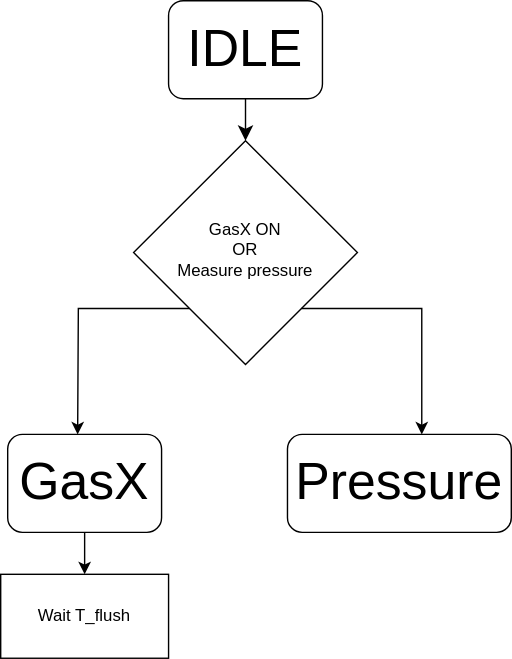
The draw.io diagram Untitled Diagram.drawio.svg in lampnis/vi-things, before a commit. Source tidied: cells renumbered, new cells last; positions are measured from the earlier drawing's top-left corner, leaving out a move shared by most shapes.
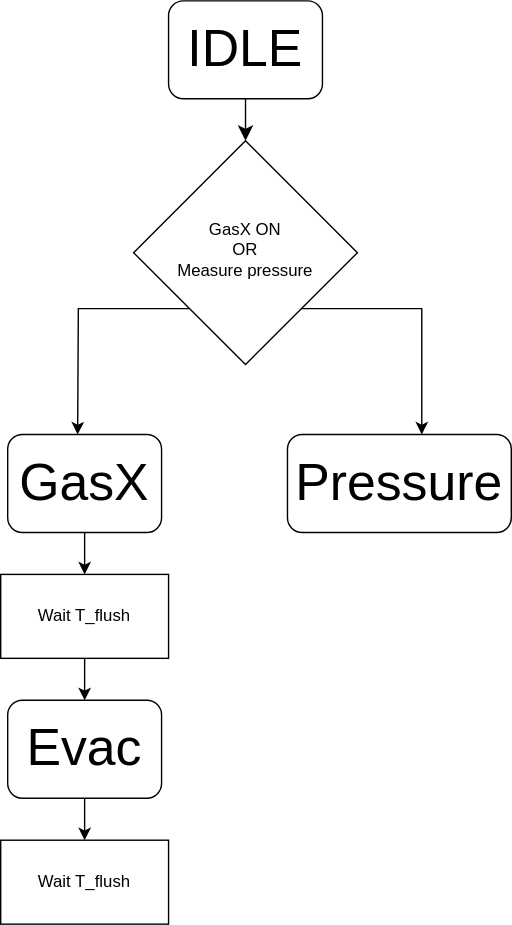
After the commit.

The edit, as a diff of the source:
```diff
@@ -32,8 +32,20 @@
         </Array>
       </mxGeometry>
     </mxCell>
+    <mxCell id="11" style="edgeStyle=orthogonalEdgeStyle;rounded=0;jettySize=auto;html=1;exitX=0.5;exitY=1;exitDx=0;exitDy=0;entryX=0.5;entryY=0;entryDx=0;entryDy=0;" parent="1" edge="1" source="10" target="13">
+      <mxGeometry relative="1" as="geometry" />
+    </mxCell>
     <mxCell id="10" value="Wait T_flush" style="rounded=0;whiteSpace=wrap;html=1;" parent="1" vertex="1">
       <mxGeometry y="410" width="120" height="60" as="geometry" />
     </mxCell>
+    <mxCell id="12" style="edgeStyle=orthogonalEdgeStyle;rounded=0;jettySize=auto;html=1;exitX=0.5;exitY=1;exitDx=0;exitDy=0;entryX=0.5;entryY=0;entryDx=0;entryDy=0;" parent="1" edge="1" source="13" target="14">
+      <mxGeometry relative="1" as="geometry" />
+    </mxCell>
+    <mxCell id="13" value="&lt;font style=&quot;font-size: 37px;&quot;&gt;Evac&lt;/font&gt;" style="rounded=1;whiteSpace=wrap;html=1;fontSize=12;glass=0;strokeWidth=1;shadow=0;" parent="1" vertex="1">
+      <mxGeometry x="5" y="500" width="110" height="70" as="geometry" />
+    </mxCell>
+    <mxCell id="14" value="Wait T_flush" style="rounded=0;whiteSpace=wrap;html=1;" parent="1" vertex="1">
+      <mxGeometry y="600" width="120" height="60" as="geometry" />
+    </mxCell>
   </root>
 </mxGraphModel>
```
